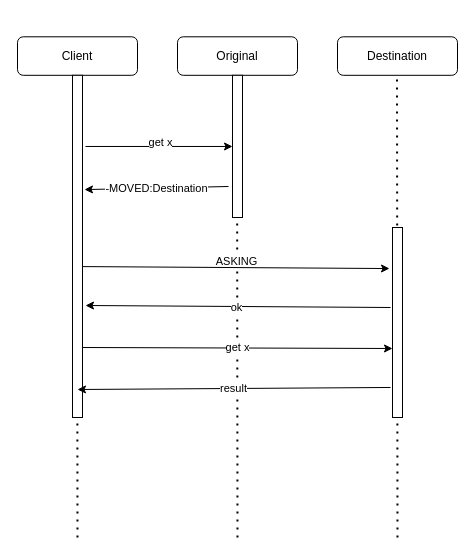
The draw.io diagram 未命名绘图.drawio in dlbmicu/draw, before the edit. Source tidied: cells renumbered, new cells numbered last; positions are measured from the earlier drawing's top-left corner, leaving out a move shared by most shapes. Both pictures are drawn from the tidied source at 100%, with x=0, y=0 at pixel (17, 17).
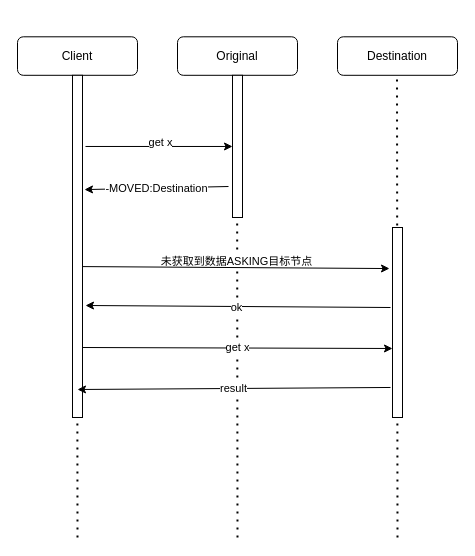
The same diagram, later.

Commit message:
redis集群迁移请求.drawio

The change refers to these unchanged cells:
```xml
<mxCell id="8" style="endArrow=none;dashed=1;html=1;dashPattern=1 3;strokeWidth=2;" parent="6" edge="1">
  <mxGeometry relative="1" as="geometry">
    <mxPoint x="60" y="520" as="sourcePoint" />
    <mxPoint x="59.5" y="57.8" as="targetPoint" />
  </mxGeometry>
</mxCell>
```

The edit, as a diff of the source:
```diff
@@
-    <mxCell id="9" value="ASKING" style="edgeLabel;html=1;align=center;verticalAlign=middle;" parent="8" vertex="1">
+    <mxCell id="9" value="未获取到数据ASKING目标节点" style="edgeLabel;html=1;align=center;verticalAlign=middle;" parent="8" vertex="1">
       <mxGeometry x="0.2" y="1" relative="1" as="geometry" />
     </mxCell>
```
